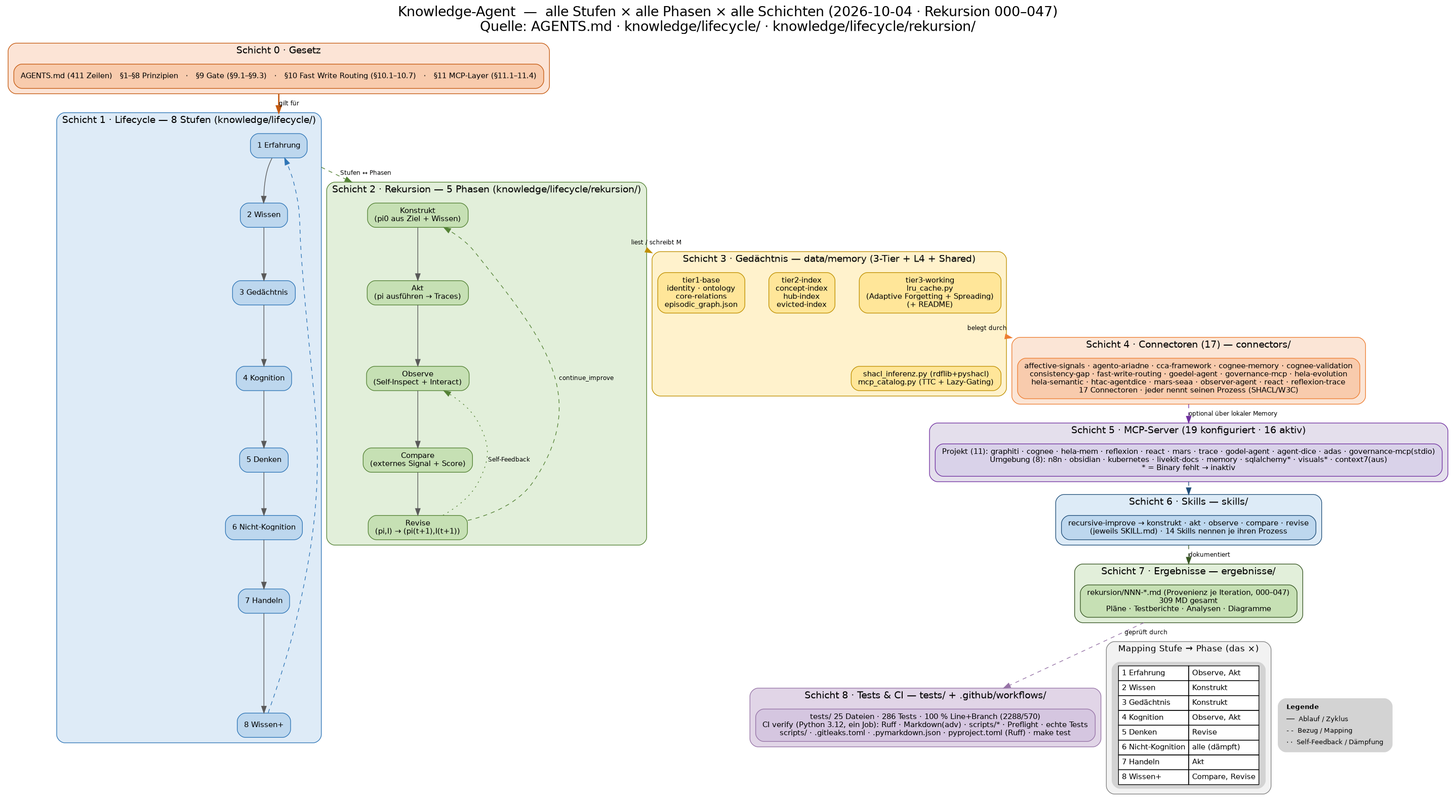
Earlier version of the Graphviz export ergebnisse/knowledge-agent-diagramm.png (abatn/Ata3lm). Its source is kept beside it as ergebnisse/knowledge-agent-diagramm.dot.
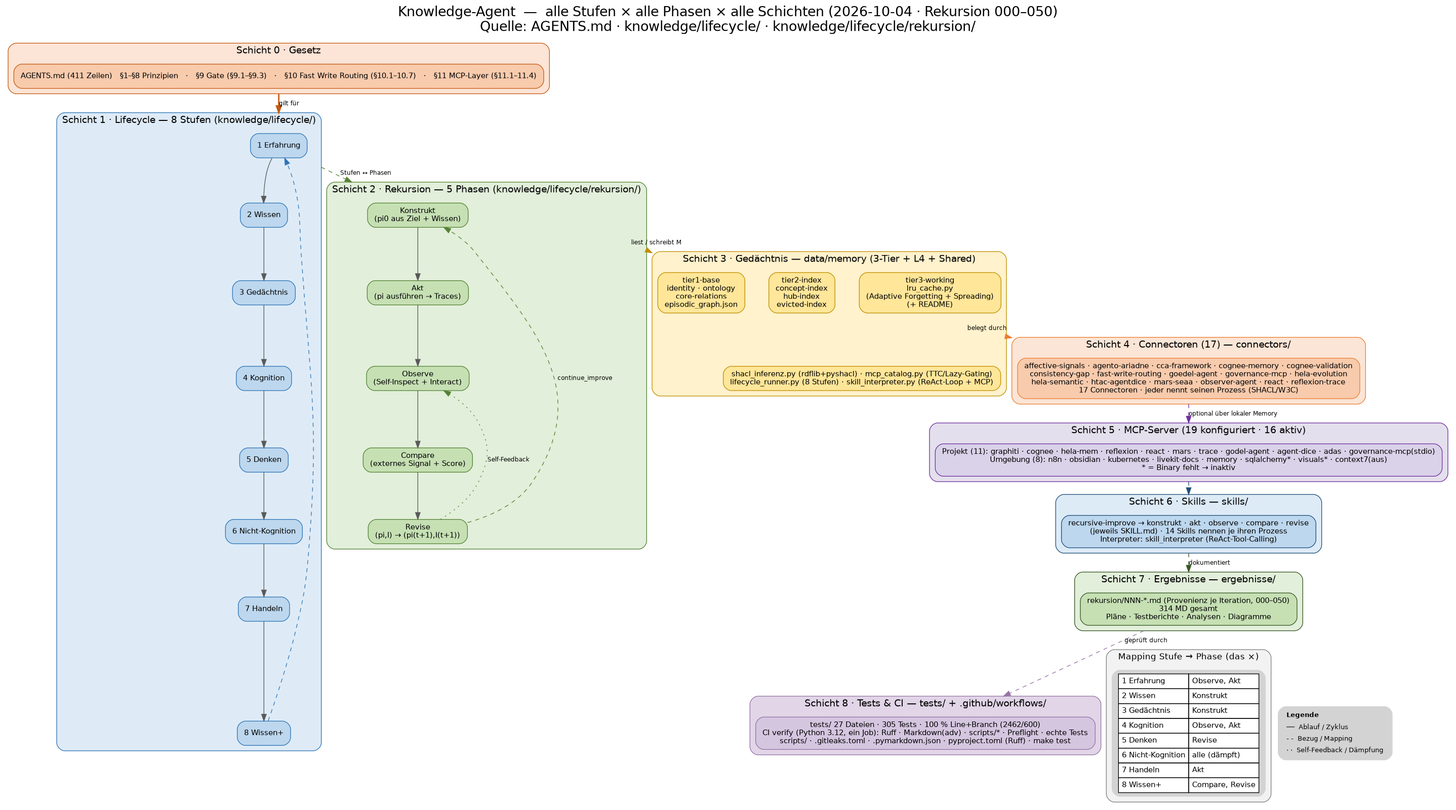
Later version of the same file.

Diff of the diagram source:
```diff
@@ -5,7 +5,7 @@
   fontname="DejaVu Sans";
   labelloc="t";
   fontsize=20;
-  label="Knowledge-Agent  —  alle Stufen × alle Phasen × alle Schichten (2026-10-04 · Rekursion 000–047)\nQuelle: AGENTS.md · knowledge/lifecycle/ · knowledge/lifecycle/rekursion/";
+  label="Knowledge-Agent  —  alle Stufen × alle Phasen × alle Schichten (2026-10-04 · Rekursion 000–050)\nQuelle: AGENTS.md · knowledge/lifecycle/ · knowledge/lifecycle/rekursion/";
   node [shape=box, style="rounded,filled", fontname="DejaVu Sans", fontsize=11, margin="0.14,0.09"];
   edge [fontname="DejaVu Sans", fontsize=9, color="#595959"];
 
@@ -50,7 +50,7 @@
     m1 [label="tier1-base\nidentity · ontology\ncore-relations\nepisodic_graph.json", fillcolor="#FFE699", color="#BF8F00"];
     m2 [label="tier2-index\nconcept-index\nhub-index\nevicted-index", fillcolor="#FFE699", color="#BF8F00"];
     m3 [label="tier3-working\nlru_cache.py\n(Adaptive Forgetting + Spreading)\n(+ README)", fillcolor="#FFE699", color="#BF8F00"];
-    mx [label="shacl_inferenz.py (rdflib+pyshacl)\nmcp_catalog.py (TTC + Lazy-Gating)", fillcolor="#FFE699", color="#BF8F00"];
+    mx [label="shacl_inferenz.py (rdflib+pyshacl) · mcp_catalog.py (TTC/Lazy-Gating)\nlifecycle_runner.py (8 Stufen) · skill_interpreter.py (ReAct-Loop + MCP)", fillcolor="#FFE699", color="#BF8F00"];
     m1 -> m2 -> m3 [style=invis];
     m3 -> mx [style=invis];
   }
@@ -70,19 +70,19 @@
   subgraph cluster_skills {
     label="Schicht 6 · Skills — skills/";
     style="filled,rounded"; fillcolor="#DDEBF7"; color="#1F4E79"; fontsize=14;
-    sk [label="recursive-improve → konstrukt · akt · observe · compare · revise\n(jeweils SKILL.md) · 14 Skills nennen je ihren Prozess", fillcolor="#BDD7EE", color="#1F4E79"];
+    sk [label="recursive-improve → konstrukt · akt · observe · compare · revise\n(jeweils SKILL.md) · 14 Skills nennen je ihren Prozess\nInterpreter: skill_interpreter (ReAct-Tool-Calling)", fillcolor="#BDD7EE", color="#1F4E79"];
   }
 
   subgraph cluster_res {
     label="Schicht 7 · Ergebnisse — ergebnisse/";
     style="filled,rounded"; fillcolor="#E2EFDA"; color="#375623"; fontsize=14;
-    res [label="rekursion/NNN-*.md (Provenienz je Iteration, 000–047)\n309 MD gesamt\nPläne · Testberichte · Analysen · Diagramme", fillcolor="#C6E0B4", color="#375623"];
+    res [label="rekursion/NNN-*.md (Provenienz je Iteration, 000–050)\n314 MD gesamt\nPläne · Testberichte · Analysen · Diagramme", fillcolor="#C6E0B4", color="#375623"];
   }
 
   subgraph cluster_tests {
     label="Schicht 8 · Tests & CI — tests/ + .github/workflows/";
     style="filled,rounded"; fillcolor="#E1D5E7"; color="#9673A6"; fontsize=14;
-    tst [label="tests/ 25 Dateien · 286 Tests · 100 % Line+Branch (2288/570)\nCI verify (Python 3.12, ein Job): Ruff · Markdown(adv) · scripts/* · Preflight · echte Tests\nscripts/ · .gitleaks.toml · .pymarkdown.json · pyproject.toml (Ruff) · make test", fillcolor="#D5C6E0", color="#9673A6"];
+    tst [label="tests/ 27 Dateien · 305 Tests · 100 % Line+Branch (2462/600)\nCI verify (Python 3.12, ein Job): Ruff · Markdown(adv) · scripts/* · Preflight · echte Tests\nscripts/ · .gitleaks.toml · .pymarkdown.json · pyproject.toml (Ruff) · make test", fillcolor="#D5C6E0", color="#9673A6"];
   }
 
   law -> s1 [ltail=cluster_law, lhead=cluster_stufen, style=bold, color="#C55A11", label="gilt für"];
```
